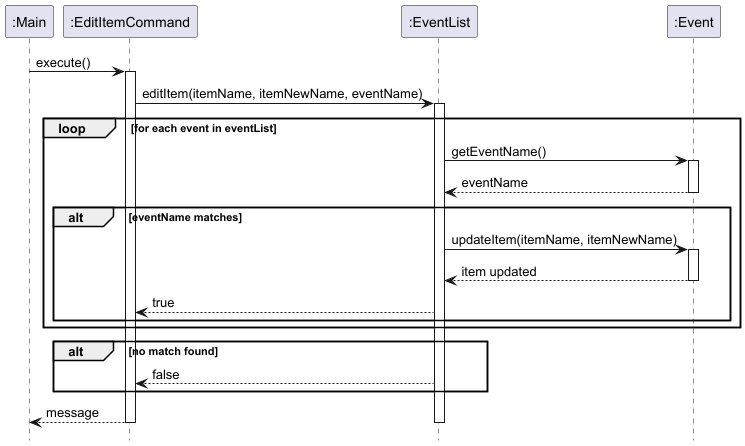
This is docs/images/EditItemCommandSequenceDiagram.png from nus-cs2113-AY2425S1/tp, a PlantUML export, as it was before one commit.
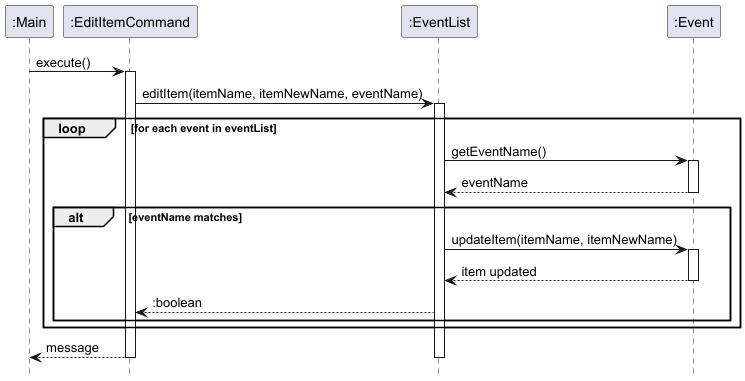
The same file after the commit.

Change to the diagram source:
```diff
@@ -23,15 +23,12 @@
         activate event
         event --> eventList : item updated
         deactivate event
-        eventList --> editCommand : true
+        eventList --> editCommand : :boolean
 
     end
 
 end
 
-alt no match found
-    eventList --> editCommand : false
-end
 
 editCommand --> main : message
 deactivate eventList
```
